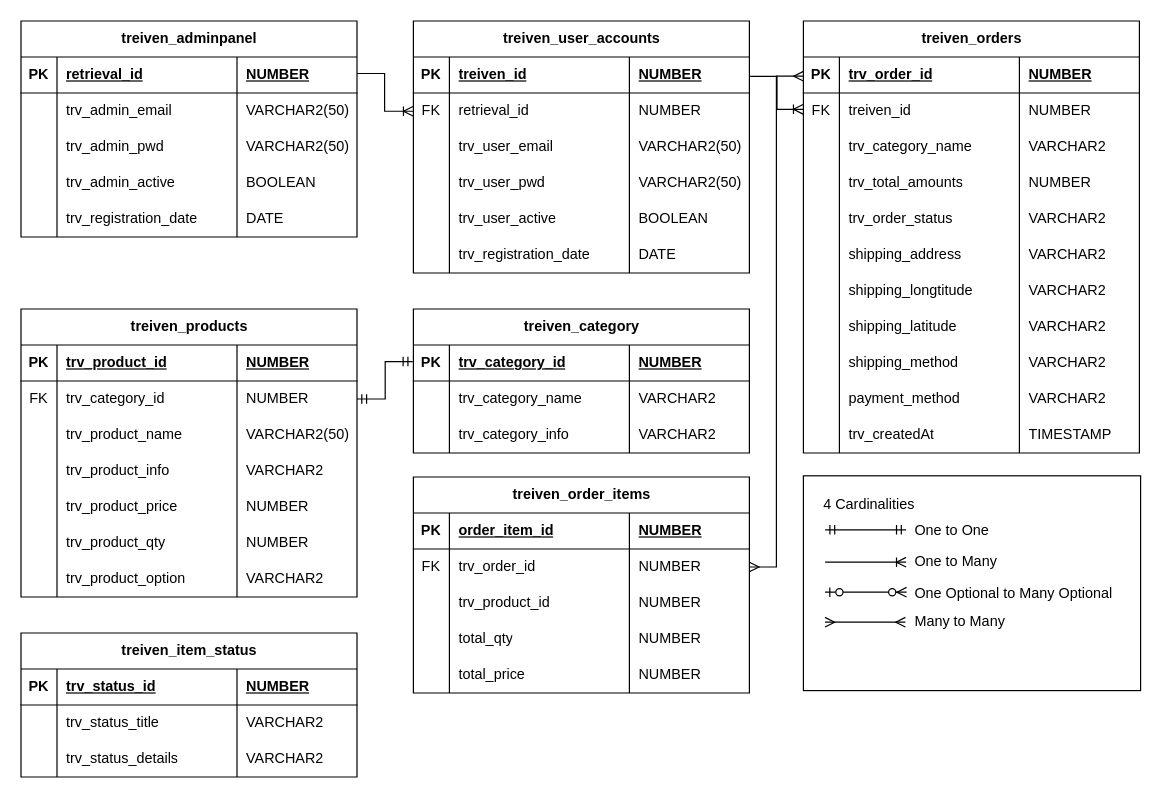
This is public/treiven.drawio from lash0000/im101, a draw.io file, before an edit. Source tidied: cells renumbered, new cells numbered last; positions are measured from the earlier drawing's top-left corner, leaving out a move shared by most shapes. Both pictures are drawn from the tidied source at 120%, with x=0, y=0 at pixel (20, 20).
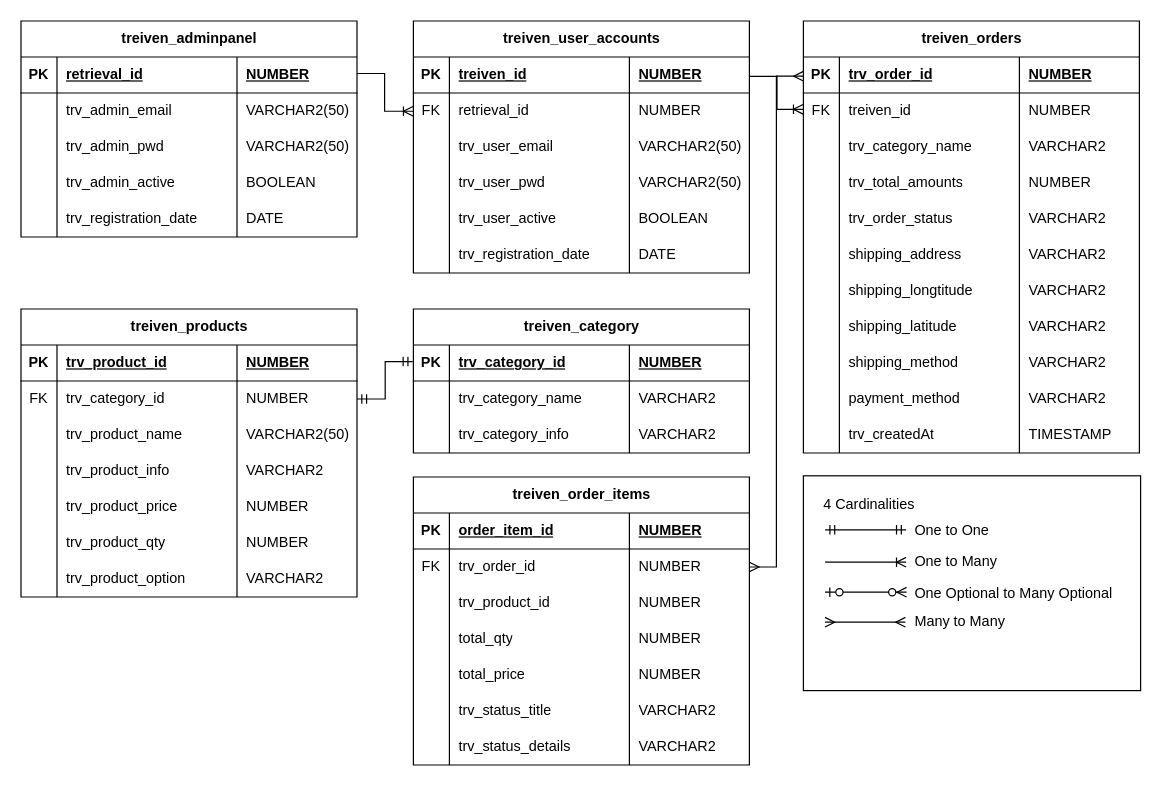
The same page after the edit.

Commit message:
remove one table

Diff of the diagram source:
```diff
@@
     <mxCell id="90" value="treiven_order_items" style="shape=table;startSize=30;childLayout=tableLayout;rowLines=0;fontStyle=1;align=center;html=1;" parent="1" vertex="1">
-      <mxGeometry x="327" y="380" width="280" height="180" as="geometry" />
+      <mxGeometry x="327" y="380" width="280" height="240" as="geometry" />
     </mxCell>
@@
+    <mxCell id="184" style="shape=tableRow;horizontal=0;startSize=0;swimlaneHead=0;swimlaneBody=0;fillColor=none;top=0;left=0;right=0;bottom=0;" parent="90" vertex="1">
+      <mxGeometry y="180" width="280" height="30" as="geometry" />
+    </mxCell>
+    <mxCell id="185" style="shape=partialRectangle;fillColor=none;top=0;left=0;bottom=0;right=0;overflow=hidden;whiteSpace=wrap;html=1;" parent="184" vertex="1">
+      <mxGeometry width="30" height="30" as="geometry" />
+    </mxCell>
+    <mxCell id="178" value="trv_status_title" style="shape=partialRectangle;fillColor=none;top=0;left=0;bottom=0;right=0;align=left;spacingLeft=6;overflow=hidden;whiteSpace=wrap;html=1;" parent="184" vertex="1">
+      <mxGeometry x="30" width="150" height="30" as="geometry" />
+    </mxCell>
+    <mxCell id="186" value="VARCHAR2" style="shape=partialRectangle;fillColor=none;top=0;left=0;bottom=0;right=0;align=left;spacingLeft=6;overflow=hidden;whiteSpace=wrap;html=1;" parent="184" vertex="1">
+      <mxGeometry x="180" width="100" height="30" as="geometry" />
+    </mxCell>
+    <mxCell id="187" style="shape=tableRow;horizontal=0;startSize=0;swimlaneHead=0;swimlaneBody=0;fillColor=none;top=0;left=0;right=0;bottom=0;" parent="90" vertex="1">
+      <mxGeometry y="210" width="280" height="30" as="geometry" />
+    </mxCell>
+    <mxCell id="188" style="shape=partialRectangle;fillColor=none;top=0;left=0;bottom=0;right=0;overflow=hidden;whiteSpace=wrap;html=1;" parent="187" vertex="1">
+      <mxGeometry width="30" height="30" as="geometry" />
+    </mxCell>
+    <mxCell id="182" value="trv_status_details" style="shape=partialRectangle;fillColor=none;top=0;left=0;bottom=0;right=0;align=left;spacingLeft=6;overflow=hidden;whiteSpace=wrap;html=1;" parent="187" vertex="1">
+      <mxGeometry x="30" width="150" height="30" as="geometry" />
+    </mxCell>
+    <mxCell id="189" value="VARCHAR2" style="shape=partialRectangle;fillColor=none;top=0;left=0;bottom=0;right=0;align=left;spacingLeft=6;overflow=hidden;whiteSpace=wrap;html=1;" parent="187" vertex="1">
+      <mxGeometry x="180" width="100" height="30" as="geometry" />
+    </mxCell>
@@
-    <mxCell id="171" value="treiven_item_status" style="shape=table;startSize=30;childLayout=tableLayout;rowLines=0;fontStyle=1;align=center;html=1;" parent="1" vertex="1">
-      <mxGeometry y="510" width="280" height="120" as="geometry" />
-    </mxCell>
-    <mxCell id="172" style="shape=tableRow;horizontal=0;startSize=0;swimlaneHead=0;swimlaneBody=0;fillColor=none;top=0;left=0;right=0;bottom=1;" parent="171" vertex="1">
-      <mxGeometry y="30" width="280" height="30" as="geometry" />
-    </mxCell>
-    <mxCell id="173" value="PK" style="shape=partialRectangle;fillColor=none;top=0;left=0;bottom=0;right=0;fontStyle=1;overflow=hidden;whiteSpace=wrap;html=1;" parent="172" vertex="1">
-      <mxGeometry width="30" height="30" as="geometry" />
-    </mxCell>
-    <mxCell id="174" value="trv_status_id" style="shape=partialRectangle;fillColor=none;top=0;left=0;bottom=0;right=0;align=left;spacingLeft=6;fontStyle=5;overflow=hidden;whiteSpace=wrap;html=1;" parent="172" vertex="1">
-      <mxGeometry x="30" width="150" height="30" as="geometry" />
-    </mxCell>
-    <mxCell id="175" value="NUMBER" style="shape=partialRectangle;fillColor=none;top=0;left=0;bottom=0;right=0;align=left;spacingLeft=6;fontStyle=5;overflow=hidden;whiteSpace=wrap;html=1;" parent="172" vertex="1">
-      <mxGeometry x="180" width="100" height="30" as="geometry" />
-    </mxCell>
-    <mxCell id="176" style="shape=tableRow;horizontal=0;startSize=0;swimlaneHead=0;swimlaneBody=0;fillColor=none;top=0;left=0;right=0;bottom=0;" parent="171" vertex="1">
-      <mxGeometry y="60" width="280" height="30" as="geometry" />
-    </mxCell>
-    <mxCell id="177" style="shape=partialRectangle;fillColor=none;top=0;left=0;bottom=0;right=0;overflow=hidden;whiteSpace=wrap;html=1;" parent="176" vertex="1">
-      <mxGeometry width="30" height="30" as="geometry" />
-    </mxCell>
-    <mxCell id="178" value="trv_status_title" style="shape=partialRectangle;fillColor=none;top=0;left=0;bottom=0;right=0;align=left;spacingLeft=6;overflow=hidden;whiteSpace=wrap;html=1;" parent="176" vertex="1">
-      <mxGeometry x="30" width="150" height="30" as="geometry" />
-    </mxCell>
-    <mxCell id="179" value="VARCHAR2" style="shape=partialRectangle;fillColor=none;top=0;left=0;bottom=0;right=0;align=left;spacingLeft=6;overflow=hidden;whiteSpace=wrap;html=1;" parent="176" vertex="1">
-      <mxGeometry x="180" width="100" height="30" as="geometry" />
-    </mxCell>
-    <mxCell id="180" style="shape=tableRow;horizontal=0;startSize=0;swimlaneHead=0;swimlaneBody=0;fillColor=none;top=0;left=0;right=0;bottom=0;" parent="171" vertex="1">
-      <mxGeometry y="90" width="280" height="30" as="geometry" />
-    </mxCell>
-    <mxCell id="181" style="shape=partialRectangle;fillColor=none;top=0;left=0;bottom=0;right=0;overflow=hidden;whiteSpace=wrap;html=1;" parent="180" vertex="1">
-      <mxGeometry width="30" height="30" as="geometry" />
-    </mxCell>
-    <mxCell id="182" value="trv_status_details" style="shape=partialRectangle;fillColor=none;top=0;left=0;bottom=0;right=0;align=left;spacingLeft=6;overflow=hidden;whiteSpace=wrap;html=1;" parent="180" vertex="1">
-      <mxGeometry x="30" width="150" height="30" as="geometry" />
-    </mxCell>
-    <mxCell id="183" value="VARCHAR2" style="shape=partialRectangle;fillColor=none;top=0;left=0;bottom=0;right=0;align=left;spacingLeft=6;overflow=hidden;whiteSpace=wrap;html=1;" parent="180" vertex="1">
-      <mxGeometry x="180" width="100" height="30" as="geometry" />
-    </mxCell>
```
